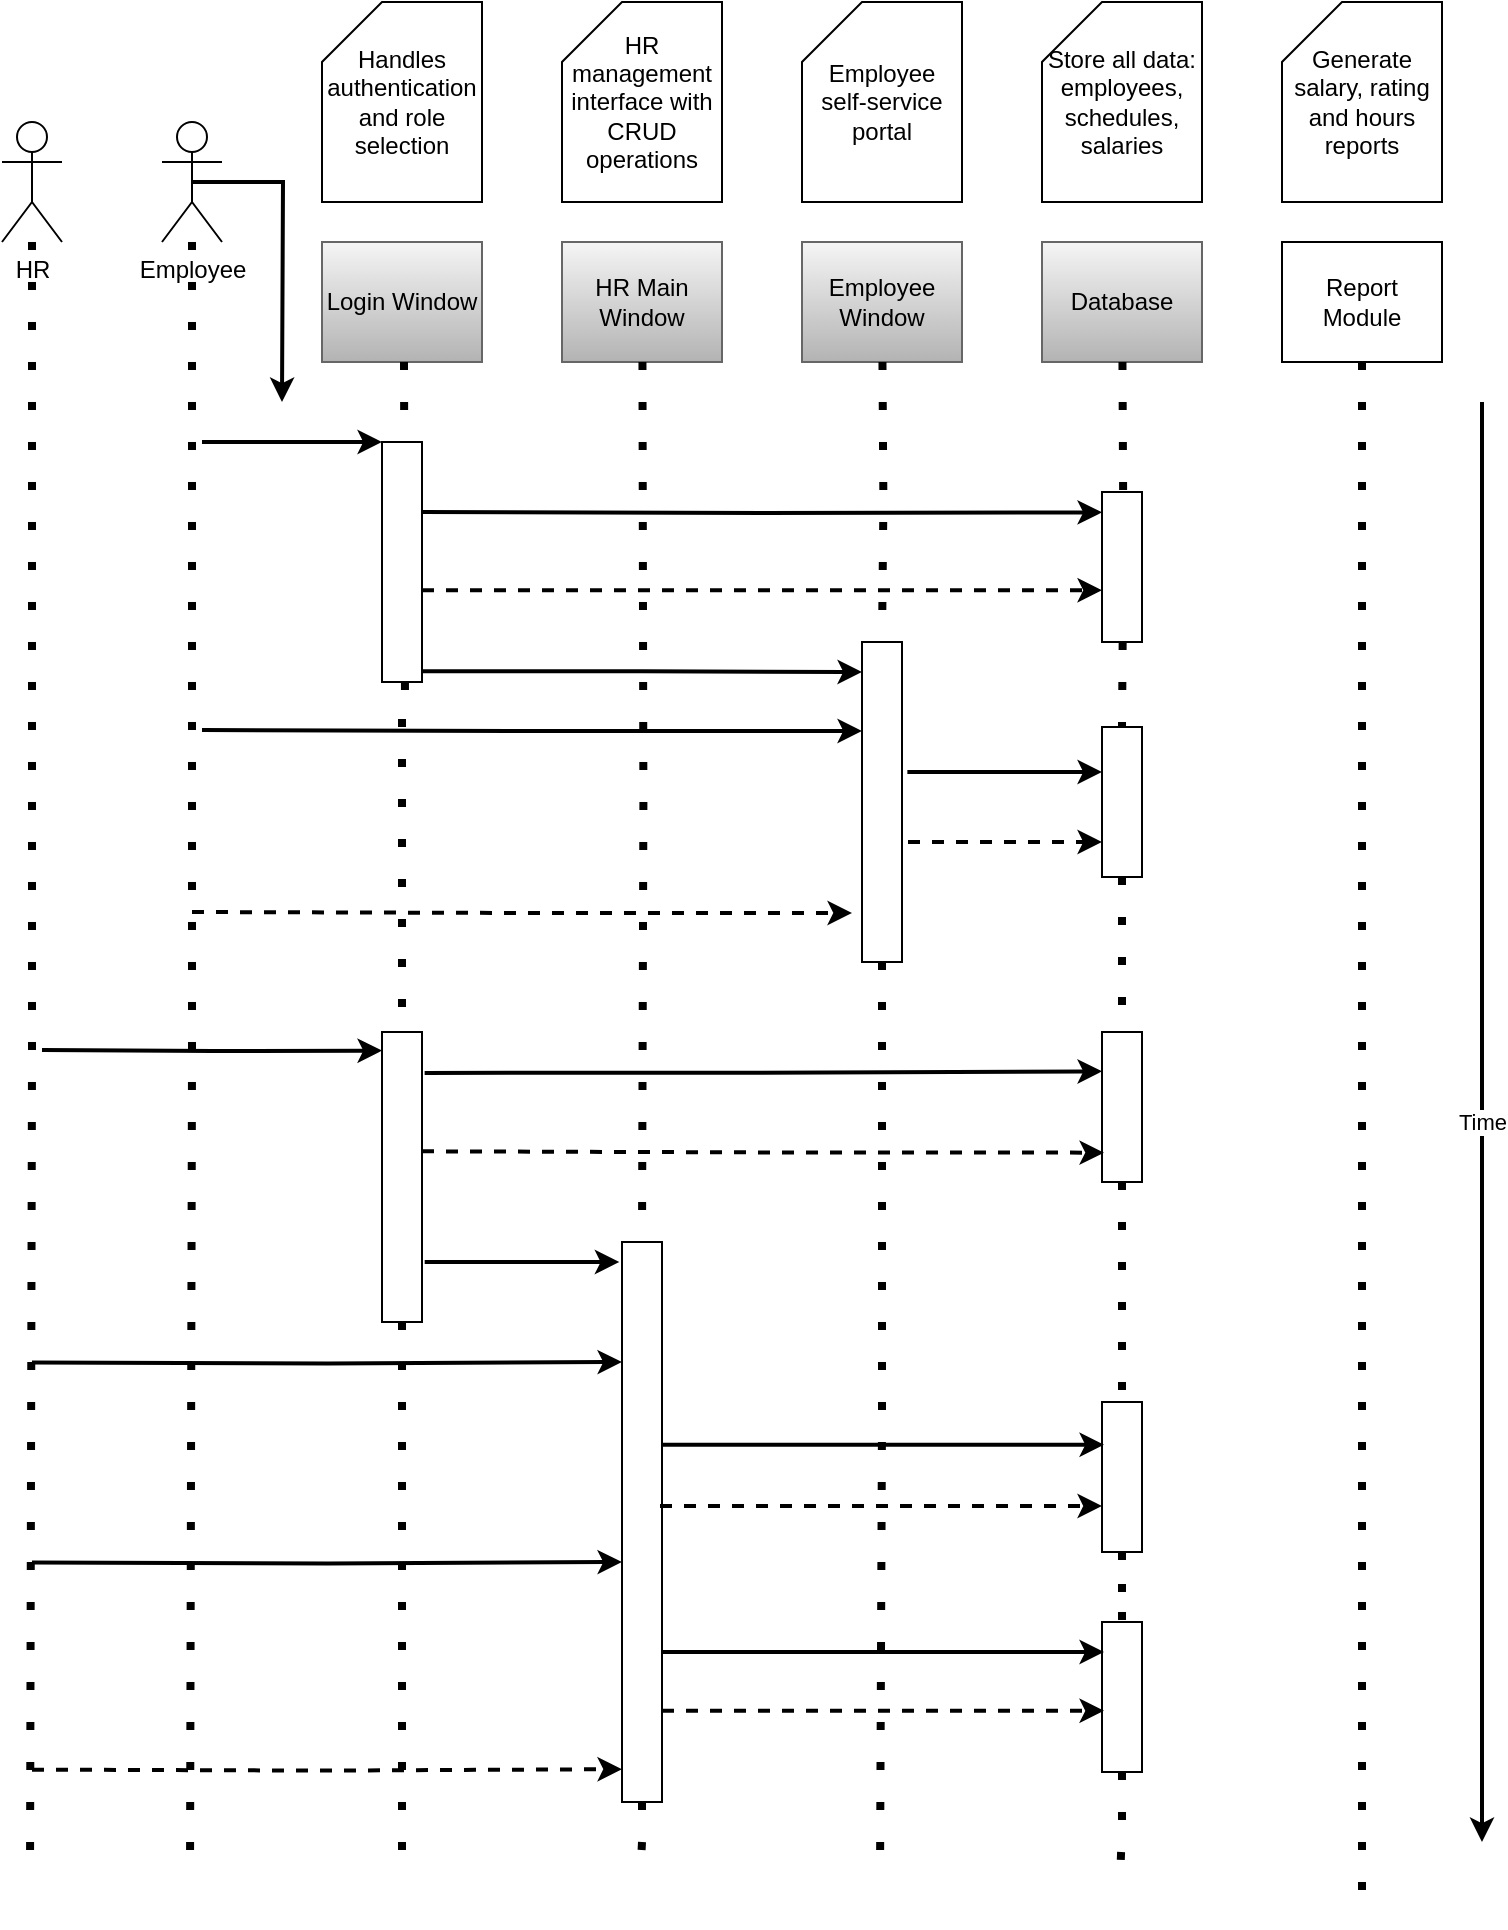
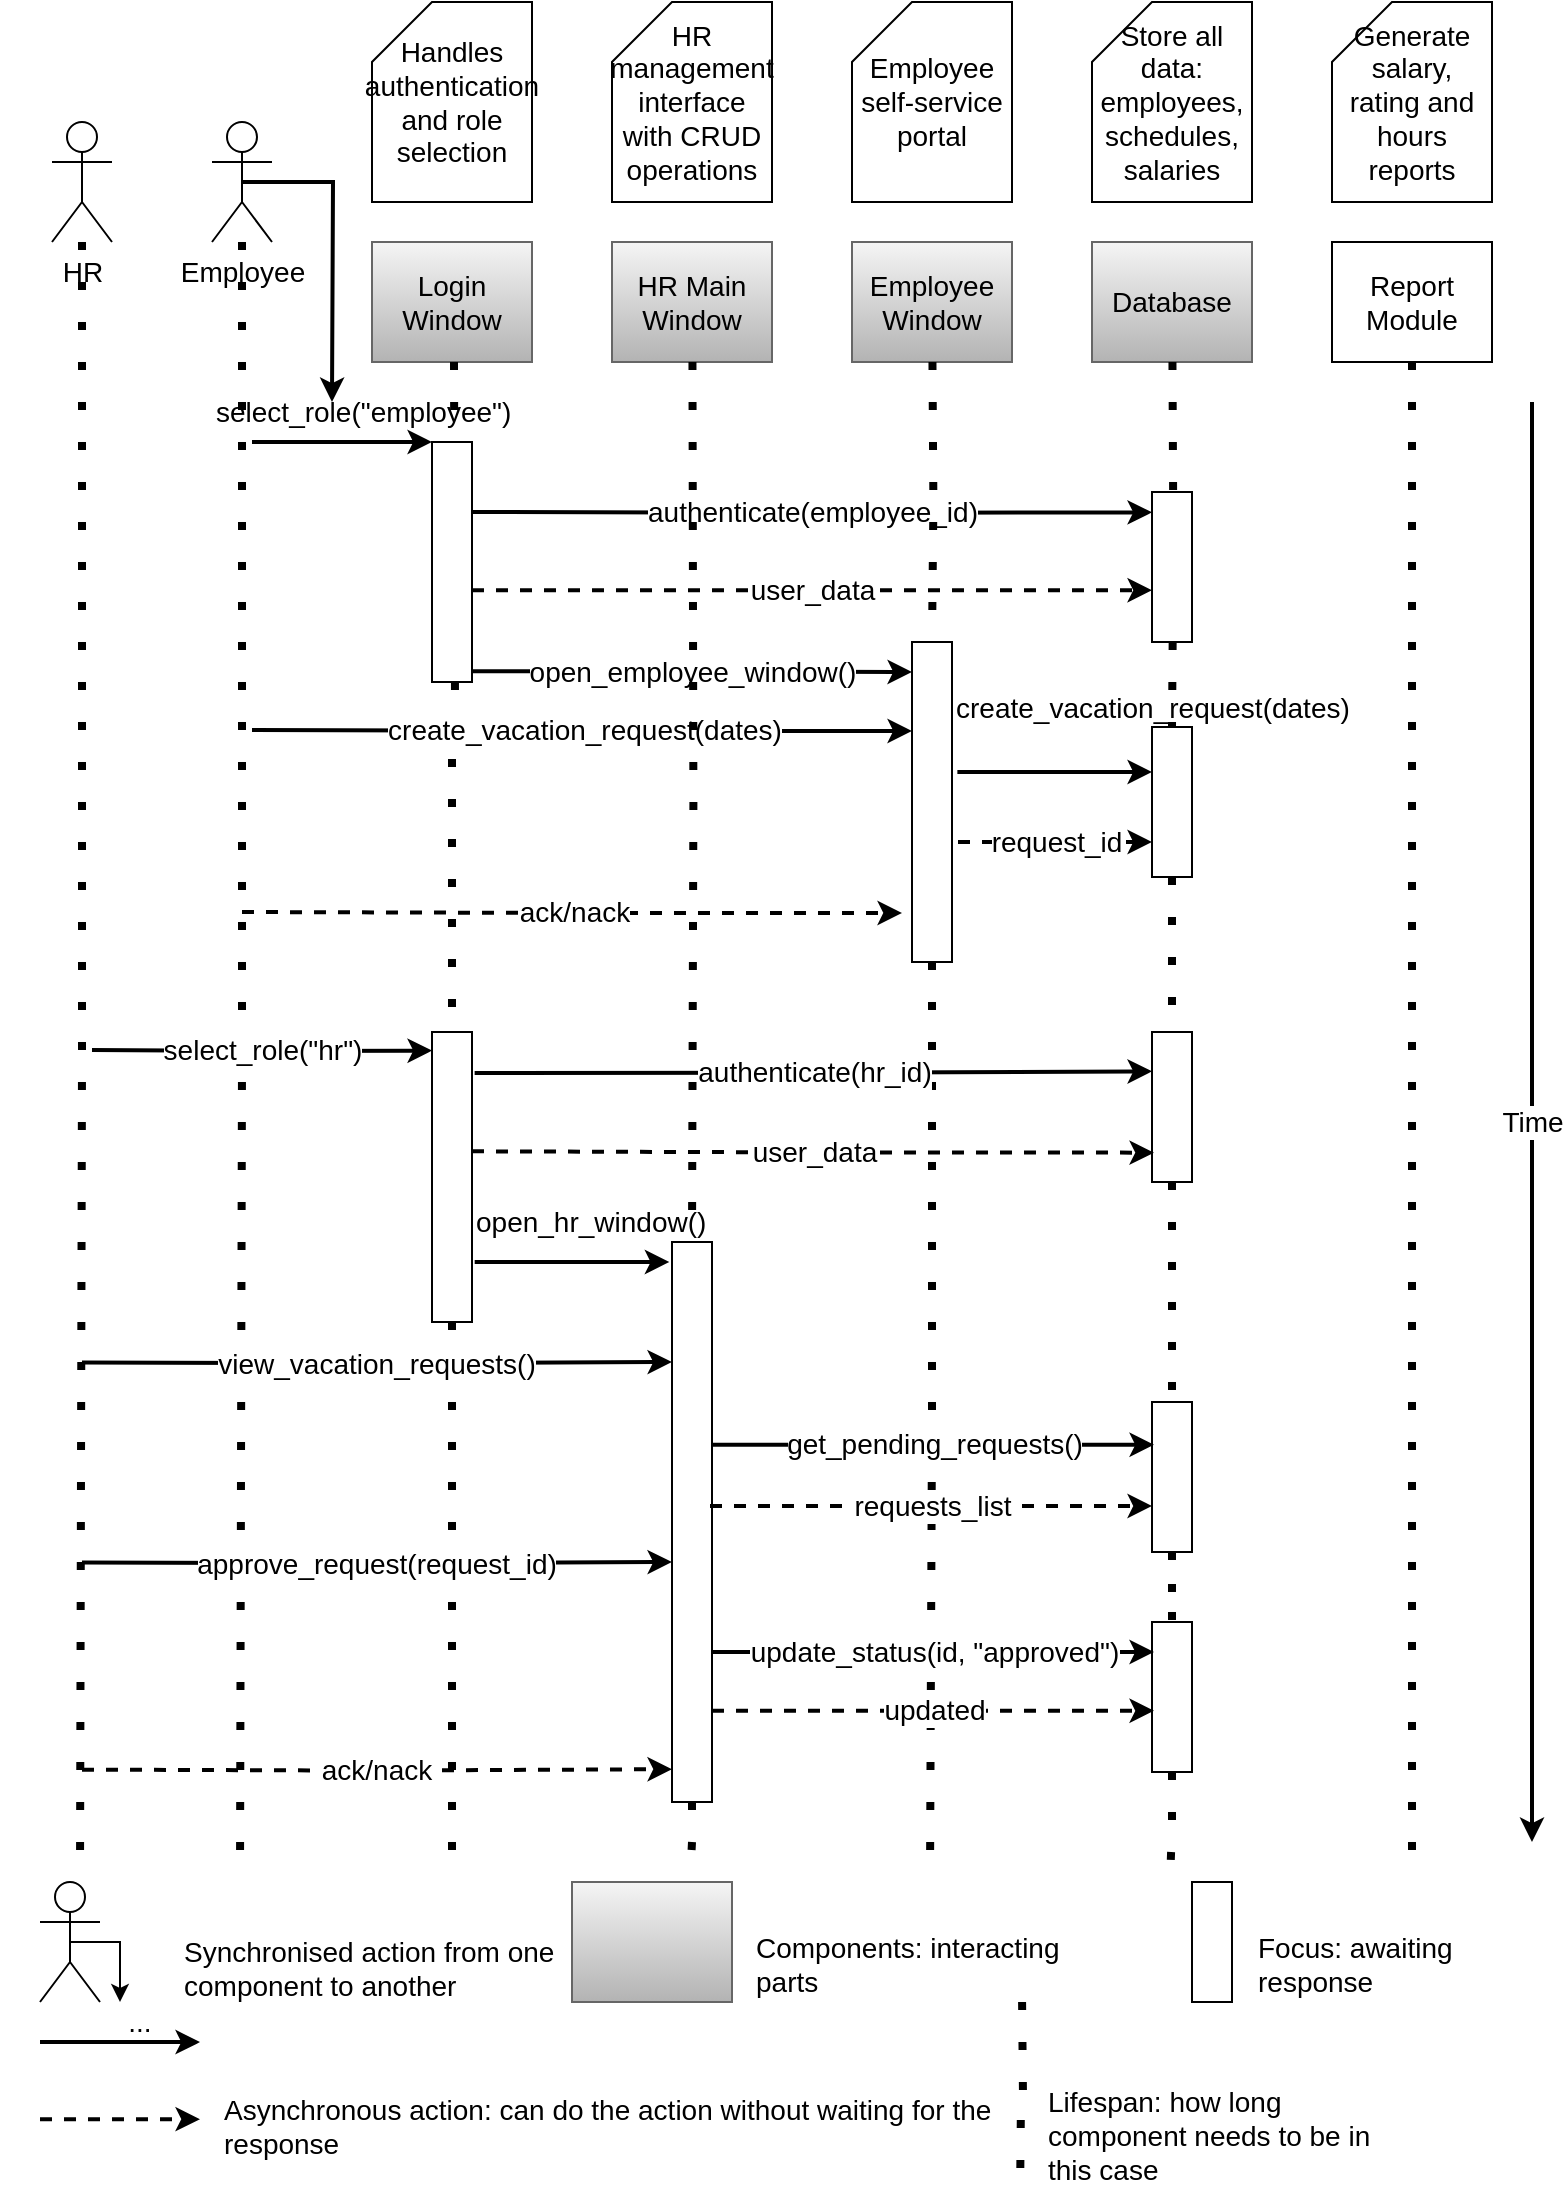
<mxfile host="app.diagrams.net" agent="Mozilla/5.0 (X11; Ubuntu; Linux x86_64; rv:143.0) Gecko/20100101 Firefox/143.0">
  <diagram name="Page-1" id="aPnAwdpYKxbTfOFsVBDw">
-     <mxGraphModel dx="380" dy="1131" grid="1" gridSize="20" guides="1" tooltips="1" connect="1" arrows="1" fold="1" page="1" pageScale="1" pageWidth="827" pageHeight="1169" math="0" shadow="0">
+     <mxGraphModel dx="719" dy="1320" grid="1" gridSize="20" guides="1" tooltips="1" connect="1" arrows="1" fold="1" page="1" pageScale="1" pageWidth="827" pageHeight="1169" math="0" shadow="0">
      <root>
        <mxCell id="0" />
        <mxCell id="1" parent="0" />
-         <mxCell id="3oRKwW1WlrFcJqZN7Woh-2" parent="1" style="shape=umlActor;verticalLabelPosition=bottom;verticalAlign=top;html=1;outlineConnect=0;" value="HR" vertex="1">
+         <mxCell id="3oRKwW1WlrFcJqZN7Woh-2" parent="1" style="shape=umlActor;verticalLabelPosition=bottom;verticalAlign=top;html=1;outlineConnect=0;fontSize=14;" value="HR" vertex="1">
          <mxGeometry height="60" width="30" x="1680" y="100" as="geometry" />
        </mxCell>
-         <mxCell id="3oRKwW1WlrFcJqZN7Woh-50" edge="1" parent="1" source="3oRKwW1WlrFcJqZN7Woh-3" style="edgeStyle=orthogonalEdgeStyle;rounded=0;orthogonalLoop=1;jettySize=auto;html=1;exitX=0.5;exitY=0.5;exitDx=0;exitDy=0;exitPerimeter=0;strokeWidth=2;">
+         <mxCell id="3oRKwW1WlrFcJqZN7Woh-50" edge="1" parent="1" source="3oRKwW1WlrFcJqZN7Woh-3" style="edgeStyle=orthogonalEdgeStyle;rounded=0;orthogonalLoop=1;jettySize=auto;html=1;exitX=0.5;exitY=0.5;exitDx=0;exitDy=0;exitPerimeter=0;strokeWidth=2;fontSize=14;">
          <mxGeometry relative="1" as="geometry">
            <mxPoint x="1820" y="240" as="targetPoint" />
          </mxGeometry>
        </mxCell>
-         <mxCell id="3oRKwW1WlrFcJqZN7Woh-3" parent="1" style="shape=umlActor;verticalLabelPosition=bottom;verticalAlign=top;html=1;outlineConnect=0;" value="Employee" vertex="1">
+         <mxCell id="3oRKwW1WlrFcJqZN7Woh-3" parent="1" style="shape=umlActor;verticalLabelPosition=bottom;verticalAlign=top;html=1;outlineConnect=0;fontSize=14;" value="Employee" vertex="1">
          <mxGeometry height="60" width="30" x="1760" y="100" as="geometry" />
        </mxCell>
-         <mxCell id="3oRKwW1WlrFcJqZN7Woh-4" parent="1" style="shape=card;whiteSpace=wrap;html=1;" value="Handles authentication and role selection" vertex="1">
+         <mxCell id="3oRKwW1WlrFcJqZN7Woh-4" parent="1" style="shape=card;whiteSpace=wrap;html=1;fontSize=14;" value="Handles authentication and role selection" vertex="1">
          <mxGeometry height="100" width="80" x="1840" y="40" as="geometry" />
        </mxCell>
-         <mxCell id="3oRKwW1WlrFcJqZN7Woh-5" parent="1" style="shape=card;whiteSpace=wrap;html=1;" value="HR management interface with CRUD operations" vertex="1">
+         <mxCell id="3oRKwW1WlrFcJqZN7Woh-5" parent="1" style="shape=card;whiteSpace=wrap;html=1;fontSize=14;" value="HR management interface with CRUD operations" vertex="1">
          <mxGeometry height="100" width="80" x="1960" y="40" as="geometry" />
        </mxCell>
-         <mxCell id="3oRKwW1WlrFcJqZN7Woh-6" parent="1" style="shape=card;whiteSpace=wrap;html=1;" value="Employee self-service portal" vertex="1">
+         <mxCell id="3oRKwW1WlrFcJqZN7Woh-6" parent="1" style="shape=card;whiteSpace=wrap;html=1;fontSize=14;" value="Employee self-service portal" vertex="1">
          <mxGeometry height="100" width="80" x="2080" y="40" as="geometry" />
        </mxCell>
-         <mxCell id="3oRKwW1WlrFcJqZN7Woh-7" parent="1" style="shape=card;whiteSpace=wrap;html=1;" value="Store all data: employees, schedules, salaries" vertex="1">
+         <mxCell id="3oRKwW1WlrFcJqZN7Woh-7" parent="1" style="shape=card;whiteSpace=wrap;html=1;fontSize=14;" value="Store all data: employees, schedules, salaries" vertex="1">
          <mxGeometry height="100" width="80" x="2200" y="40" as="geometry" />
        </mxCell>
-         <mxCell id="3oRKwW1WlrFcJqZN7Woh-8" parent="1" style="shape=card;whiteSpace=wrap;html=1;" value="Generate salary, rating and hours reports" vertex="1">
+         <mxCell id="3oRKwW1WlrFcJqZN7Woh-8" parent="1" style="shape=card;whiteSpace=wrap;html=1;fontSize=14;" value="Generate salary, rating and hours reports" vertex="1">
          <mxGeometry height="100" width="80" x="2320" y="40" as="geometry" />
        </mxCell>
-         <mxCell id="3oRKwW1WlrFcJqZN7Woh-11" parent="1" style="rounded=0;whiteSpace=wrap;html=1;fillColor=#f5f5f5;gradientColor=#b3b3b3;strokeColor=#666666;" value="Login Window" vertex="1">
+         <mxCell id="3oRKwW1WlrFcJqZN7Woh-11" parent="1" style="rounded=0;whiteSpace=wrap;html=1;fillColor=#f5f5f5;gradientColor=#b3b3b3;strokeColor=#666666;fontSize=14;" value="Login Window" vertex="1">
          <mxGeometry height="60" width="80" x="1840" y="160" as="geometry" />
        </mxCell>
-         <mxCell id="3oRKwW1WlrFcJqZN7Woh-12" parent="1" style="rounded=0;whiteSpace=wrap;html=1;fillColor=#f5f5f5;gradientColor=#b3b3b3;strokeColor=#666666;" value="HR Main Window" vertex="1">
+         <mxCell id="3oRKwW1WlrFcJqZN7Woh-12" parent="1" style="rounded=0;whiteSpace=wrap;html=1;fillColor=#f5f5f5;gradientColor=#b3b3b3;strokeColor=#666666;fontSize=14;" value="HR Main Window" vertex="1">
          <mxGeometry height="60" width="80" x="1960" y="160" as="geometry" />
        </mxCell>
-         <mxCell id="3oRKwW1WlrFcJqZN7Woh-13" parent="1" style="rounded=0;whiteSpace=wrap;html=1;fillColor=#f5f5f5;gradientColor=#b3b3b3;strokeColor=#666666;" value="Employee Window" vertex="1">
+         <mxCell id="3oRKwW1WlrFcJqZN7Woh-13" parent="1" style="rounded=0;whiteSpace=wrap;html=1;fillColor=#f5f5f5;gradientColor=#b3b3b3;strokeColor=#666666;fontSize=14;" value="Employee Window" vertex="1">
          <mxGeometry height="60" width="80" x="2080" y="160" as="geometry" />
        </mxCell>
-         <mxCell id="3oRKwW1WlrFcJqZN7Woh-14" parent="1" style="rounded=0;whiteSpace=wrap;html=1;fillColor=#f5f5f5;gradientColor=#b3b3b3;strokeColor=#666666;" value="Database" vertex="1">
+         <mxCell id="3oRKwW1WlrFcJqZN7Woh-14" parent="1" style="rounded=0;whiteSpace=wrap;html=1;fillColor=#f5f5f5;gradientColor=#b3b3b3;strokeColor=#666666;fontSize=14;" value="Database" vertex="1">
          <mxGeometry height="60" width="80" x="2200" y="160" as="geometry" />
        </mxCell>
-         <mxCell id="3oRKwW1WlrFcJqZN7Woh-16" edge="1" parent="1" style="edgeStyle=orthogonalEdgeStyle;rounded=0;orthogonalLoop=1;jettySize=auto;html=1;strokeWidth=2;" value="Time">
+         <mxCell id="3oRKwW1WlrFcJqZN7Woh-16" edge="1" parent="1" style="edgeStyle=orthogonalEdgeStyle;rounded=0;orthogonalLoop=1;jettySize=auto;html=1;strokeWidth=2;fontSize=14;" value="Time">
          <mxGeometry relative="1" as="geometry">
            <mxPoint x="2420" y="240" as="sourcePoint" />
            <mxPoint x="2420" y="960" as="targetPoint" />
          </mxGeometry>
        </mxCell>
-         <mxCell id="3oRKwW1WlrFcJqZN7Woh-17" edge="1" parent="1" source="3oRKwW1WlrFcJqZN7Woh-15" style="edgeStyle=orthogonalEdgeStyle;rounded=0;orthogonalLoop=1;jettySize=auto;html=1;exitX=0.5;exitY=1;exitDx=0;exitDy=0;endArrow=none;endFill=0;dashed=1;dashPattern=1 4;strokeWidth=4;">
-           <mxGeometry relative="1" as="geometry">
-             <mxPoint x="2360" y="1000" as="targetPoint" />
-           </mxGeometry>
-         </mxCell>
-         <mxCell id="3oRKwW1WlrFcJqZN7Woh-15" parent="1" style="rounded=0;whiteSpace=wrap;html=1;" value="Report Module" vertex="1">
+         <mxCell id="3oRKwW1WlrFcJqZN7Woh-17" edge="1" parent="1" source="3oRKwW1WlrFcJqZN7Woh-15" style="edgeStyle=orthogonalEdgeStyle;rounded=0;orthogonalLoop=1;jettySize=auto;html=1;exitX=0.5;exitY=1;exitDx=0;exitDy=0;endArrow=none;endFill=0;dashed=1;dashPattern=1 4;strokeWidth=4;fontSize=14;">
+           <mxGeometry relative="1" as="geometry">
+             <mxPoint x="2360" y="980" as="targetPoint" />
+           </mxGeometry>
+         </mxCell>
+         <mxCell id="3oRKwW1WlrFcJqZN7Woh-15" parent="1" style="rounded=0;whiteSpace=wrap;html=1;fontSize=14;" value="Report Module" vertex="1">
          <mxGeometry height="60" width="80" x="2320" y="160" as="geometry" />
        </mxCell>
-         <mxCell id="3oRKwW1WlrFcJqZN7Woh-24" edge="1" parent="1" source="3oRKwW1WlrFcJqZN7Woh-83" style="edgeStyle=orthogonalEdgeStyle;rounded=0;orthogonalLoop=1;jettySize=auto;html=1;exitX=0.5;exitY=1;exitDx=0;exitDy=0;endArrow=none;endFill=0;dashed=1;dashPattern=1 4;strokeWidth=4;">
+         <mxCell id="3oRKwW1WlrFcJqZN7Woh-24" edge="1" parent="1" source="3oRKwW1WlrFcJqZN7Woh-83" style="edgeStyle=orthogonalEdgeStyle;rounded=0;orthogonalLoop=1;jettySize=auto;html=1;exitX=0.5;exitY=1;exitDx=0;exitDy=0;endArrow=none;endFill=0;dashed=1;dashPattern=1 4;strokeWidth=4;fontSize=14;">
          <mxGeometry relative="1" as="geometry">
            <mxPoint x="2240.23" y="220" as="sourcePoint" />
            <mxPoint x="2239" y="980" as="targetPoint" />
          </mxGeometry>
        </mxCell>
-         <mxCell id="3oRKwW1WlrFcJqZN7Woh-25" edge="1" parent="1" source="3oRKwW1WlrFcJqZN7Woh-72" style="edgeStyle=orthogonalEdgeStyle;rounded=0;orthogonalLoop=1;jettySize=auto;html=1;exitX=0.5;exitY=1;exitDx=0;exitDy=0;endArrow=none;endFill=0;dashed=1;dashPattern=1 4;strokeWidth=4;">
+         <mxCell id="3oRKwW1WlrFcJqZN7Woh-25" edge="1" parent="1" source="3oRKwW1WlrFcJqZN7Woh-72" style="edgeStyle=orthogonalEdgeStyle;rounded=0;orthogonalLoop=1;jettySize=auto;html=1;exitX=0.5;exitY=1;exitDx=0;exitDy=0;endArrow=none;endFill=0;dashed=1;dashPattern=1 4;strokeWidth=4;fontSize=14;">
          <mxGeometry relative="1" as="geometry">
            <mxPoint x="2120.23" y="220" as="sourcePoint" />
            <mxPoint x="2119" y="980" as="targetPoint" />
          </mxGeometry>
        </mxCell>
-         <mxCell id="3oRKwW1WlrFcJqZN7Woh-26" edge="1" parent="1" source="3oRKwW1WlrFcJqZN7Woh-79" style="edgeStyle=orthogonalEdgeStyle;rounded=0;orthogonalLoop=1;jettySize=auto;html=1;exitX=0.5;exitY=1;exitDx=0;exitDy=0;endArrow=none;endFill=0;dashed=1;dashPattern=1 4;strokeWidth=4;">
+         <mxCell id="3oRKwW1WlrFcJqZN7Woh-26" edge="1" parent="1" source="3oRKwW1WlrFcJqZN7Woh-79" style="edgeStyle=orthogonalEdgeStyle;rounded=0;orthogonalLoop=1;jettySize=auto;html=1;exitX=0.5;exitY=1;exitDx=0;exitDy=0;endArrow=none;endFill=0;dashed=1;dashPattern=1 4;strokeWidth=4;fontSize=14;">
          <mxGeometry relative="1" as="geometry">
            <mxPoint x="2000.23" y="220" as="sourcePoint" />
            <mxPoint x="1999" y="980" as="targetPoint" />
          </mxGeometry>
        </mxCell>
-         <mxCell id="3oRKwW1WlrFcJqZN7Woh-27" edge="1" parent="1" source="3oRKwW1WlrFcJqZN7Woh-66" style="edgeStyle=orthogonalEdgeStyle;rounded=0;orthogonalLoop=1;jettySize=auto;html=1;exitX=0.5;exitY=1;exitDx=0;exitDy=0;endArrow=none;endFill=0;dashed=1;dashPattern=1 4;strokeWidth=4;">
+         <mxCell id="3oRKwW1WlrFcJqZN7Woh-27" edge="1" parent="1" source="3oRKwW1WlrFcJqZN7Woh-66" style="edgeStyle=orthogonalEdgeStyle;rounded=0;orthogonalLoop=1;jettySize=auto;html=1;exitX=0.5;exitY=1;exitDx=0;exitDy=0;endArrow=none;endFill=0;dashed=1;dashPattern=1 4;strokeWidth=4;fontSize=14;">
          <mxGeometry relative="1" as="geometry">
            <mxPoint x="1881" y="220" as="sourcePoint" />
            <mxPoint x="1880" y="980" as="targetPoint" />
          </mxGeometry>
        </mxCell>
-         <mxCell id="3oRKwW1WlrFcJqZN7Woh-28" edge="1" parent="1" source="3oRKwW1WlrFcJqZN7Woh-3" style="edgeStyle=orthogonalEdgeStyle;rounded=0;orthogonalLoop=1;jettySize=auto;html=1;endArrow=none;endFill=0;dashed=1;dashPattern=1 4;strokeWidth=4;">
+         <mxCell id="3oRKwW1WlrFcJqZN7Woh-28" edge="1" parent="1" source="3oRKwW1WlrFcJqZN7Woh-3" style="edgeStyle=orthogonalEdgeStyle;rounded=0;orthogonalLoop=1;jettySize=auto;html=1;endArrow=none;endFill=0;dashed=1;dashPattern=1 4;strokeWidth=4;fontSize=14;">
          <mxGeometry relative="1" as="geometry">
            <mxPoint x="1775.3799999999999" y="220" as="sourcePoint" />
            <mxPoint x="1774" y="980" as="targetPoint" />
          </mxGeometry>
        </mxCell>
-         <mxCell id="3oRKwW1WlrFcJqZN7Woh-29" edge="1" parent="1" source="3oRKwW1WlrFcJqZN7Woh-2" style="edgeStyle=orthogonalEdgeStyle;rounded=0;orthogonalLoop=1;jettySize=auto;html=1;endArrow=none;endFill=0;dashed=1;dashPattern=1 4;strokeWidth=4;">
+         <mxCell id="3oRKwW1WlrFcJqZN7Woh-29" edge="1" parent="1" source="3oRKwW1WlrFcJqZN7Woh-2" style="edgeStyle=orthogonalEdgeStyle;rounded=0;orthogonalLoop=1;jettySize=auto;html=1;endArrow=none;endFill=0;dashed=1;dashPattern=1 4;strokeWidth=4;fontSize=14;">
          <mxGeometry relative="1" as="geometry">
            <mxPoint x="1695.3799999999999" y="220" as="sourcePoint" />
            <mxPoint x="1694" y="980" as="targetPoint" />
          </mxGeometry>
        </mxCell>
-         <mxCell id="3oRKwW1WlrFcJqZN7Woh-40" edge="1" parent="1" style="edgeStyle=orthogonalEdgeStyle;rounded=0;orthogonalLoop=1;jettySize=auto;html=1;exitX=1;exitY=0.5;exitDx=0;exitDy=0;entryX=0;entryY=0.5;entryDx=0;entryDy=0;dashed=1;strokeWidth=2;">
+         <mxCell id="3oRKwW1WlrFcJqZN7Woh-40" edge="1" parent="1" style="edgeStyle=orthogonalEdgeStyle;rounded=0;orthogonalLoop=1;jettySize=auto;html=1;exitX=1;exitY=0.5;exitDx=0;exitDy=0;entryX=0;entryY=0.5;entryDx=0;entryDy=0;dashed=1;strokeWidth=2;fontSize=14;" value="user_data">
          <mxGeometry relative="1" as="geometry">
            <mxPoint x="1890" y="334.13" as="sourcePoint" />
            <mxPoint x="2230" y="334.13" as="targetPoint" />
          </mxGeometry>
        </mxCell>
-         <mxCell id="3oRKwW1WlrFcJqZN7Woh-38" edge="1" parent="1" style="endArrow=classic;html=1;rounded=0;entryX=0;entryY=0;entryDx=0;entryDy=0;strokeWidth=2;" target="3oRKwW1WlrFcJqZN7Woh-36" value="">
+         <mxCell id="3oRKwW1WlrFcJqZN7Woh-38" edge="1" parent="1" style="endArrow=classic;html=1;rounded=0;entryX=0;entryY=0;entryDx=0;entryDy=0;strokeWidth=2;fontSize=14;" target="3oRKwW1WlrFcJqZN7Woh-36" value="">
          <mxGeometry height="50" relative="1" width="50" as="geometry">
            <mxPoint x="1780" y="260" as="sourcePoint" />
            <mxPoint x="2090" y="480" as="targetPoint" />
          </mxGeometry>
        </mxCell>
-         <mxCell id="3oRKwW1WlrFcJqZN7Woh-39" edge="1" parent="1" style="edgeStyle=orthogonalEdgeStyle;rounded=0;orthogonalLoop=1;jettySize=auto;html=1;exitX=1;exitY=0.25;exitDx=0;exitDy=0;entryX=0;entryY=0.355;entryDx=0;entryDy=0;entryPerimeter=0;strokeWidth=2;">
+         <mxCell id="3oRKwW1WlrFcJqZN7Woh-39" edge="1" parent="1" style="edgeStyle=orthogonalEdgeStyle;rounded=0;orthogonalLoop=1;jettySize=auto;html=1;exitX=1;exitY=0.25;exitDx=0;exitDy=0;entryX=0;entryY=0.355;entryDx=0;entryDy=0;entryPerimeter=0;strokeWidth=2;fontSize=14;" value="authenticate(employee_id)">
          <mxGeometry relative="1" as="geometry">
            <mxPoint x="1890" y="295" as="sourcePoint" />
            <mxPoint x="2230" y="295.17500000000007" as="targetPoint" />
          </mxGeometry>
        </mxCell>
-         <mxCell id="3oRKwW1WlrFcJqZN7Woh-61" edge="1" parent="1" source="3oRKwW1WlrFcJqZN7Woh-36" style="edgeStyle=orthogonalEdgeStyle;rounded=0;orthogonalLoop=1;jettySize=auto;html=1;strokeWidth=2;exitX=0.946;exitY=0.955;exitDx=0;exitDy=0;exitPerimeter=0;">
+         <mxCell id="3oRKwW1WlrFcJqZN7Woh-61" edge="1" parent="1" source="3oRKwW1WlrFcJqZN7Woh-36" style="edgeStyle=orthogonalEdgeStyle;rounded=0;orthogonalLoop=1;jettySize=auto;html=1;strokeWidth=2;exitX=0.946;exitY=0.955;exitDx=0;exitDy=0;exitPerimeter=0;fontSize=14;" value="open_employee_window()">
          <mxGeometry relative="1" as="geometry">
            <mxPoint x="1900" y="375" as="sourcePoint" />
            <mxPoint x="2110" y="375" as="targetPoint" />
          </mxGeometry>
        </mxCell>
-         <mxCell id="3oRKwW1WlrFcJqZN7Woh-63" edge="1" parent="1" style="edgeStyle=orthogonalEdgeStyle;rounded=0;orthogonalLoop=1;jettySize=auto;html=1;exitX=0.5;exitY=1;exitDx=0;exitDy=0;endArrow=none;endFill=0;dashed=1;dashPattern=1 4;strokeWidth=4;" target="3oRKwW1WlrFcJqZN7Woh-62" value="">
+         <mxCell id="3oRKwW1WlrFcJqZN7Woh-63" edge="1" parent="1" style="edgeStyle=orthogonalEdgeStyle;rounded=0;orthogonalLoop=1;jettySize=auto;html=1;exitX=0.5;exitY=1;exitDx=0;exitDy=0;endArrow=none;endFill=0;dashed=1;dashPattern=1 4;strokeWidth=4;fontSize=14;" target="3oRKwW1WlrFcJqZN7Woh-62" value="">
          <mxGeometry relative="1" as="geometry">
            <mxPoint x="2240.23" y="220" as="sourcePoint" />
            <mxPoint x="2239.23" y="1120" as="targetPoint" />
          </mxGeometry>
        </mxCell>
-         <mxCell id="3oRKwW1WlrFcJqZN7Woh-62" parent="1" style="rounded=0;whiteSpace=wrap;html=1;" value="" vertex="1">
+         <mxCell id="3oRKwW1WlrFcJqZN7Woh-62" parent="1" style="rounded=0;whiteSpace=wrap;html=1;fontSize=14;" value="" vertex="1">
          <mxGeometry height="75" width="20" x="2230" y="402.5" as="geometry" />
        </mxCell>
-         <mxCell id="3oRKwW1WlrFcJqZN7Woh-64" edge="1" parent="1" style="endArrow=classic;html=1;rounded=0;entryX=0;entryY=0;entryDx=0;entryDy=0;strokeWidth=2;exitX=1.134;exitY=0.406;exitDx=0;exitDy=0;exitPerimeter=0;" value="">
+         <mxCell id="3oRKwW1WlrFcJqZN7Woh-64" edge="1" parent="1" style="endArrow=classic;html=1;rounded=0;entryX=0;entryY=0;entryDx=0;entryDy=0;strokeWidth=2;exitX=1.134;exitY=0.406;exitDx=0;exitDy=0;exitPerimeter=0;fontSize=14;" value="">
          <mxGeometry height="50" relative="1" width="50" as="geometry">
            <mxPoint x="2132.6800000000003" y="424.96000000000004" as="sourcePoint" />
            <mxPoint x="2230" y="425" as="targetPoint" />
          </mxGeometry>
        </mxCell>
-         <mxCell id="3oRKwW1WlrFcJqZN7Woh-42" parent="1" style="rounded=0;whiteSpace=wrap;html=1;" value="" vertex="1">
+         <mxCell id="3oRKwW1WlrFcJqZN7Woh-42" parent="1" style="rounded=0;whiteSpace=wrap;html=1;fontSize=14;" value="" vertex="1">
          <mxGeometry height="75" width="20" x="2230" y="285" as="geometry" />
        </mxCell>
-         <mxCell id="3oRKwW1WlrFcJqZN7Woh-65" edge="1" parent="1" style="endArrow=classic;html=1;rounded=0;entryX=0;entryY=0;entryDx=0;entryDy=0;strokeWidth=2;exitX=1.134;exitY=0.406;exitDx=0;exitDy=0;exitPerimeter=0;dashed=1;" value="">
+         <mxCell id="3oRKwW1WlrFcJqZN7Woh-65" edge="1" parent="1" style="endArrow=classic;html=1;rounded=0;entryX=0;entryY=0;entryDx=0;entryDy=0;strokeWidth=2;exitX=1.134;exitY=0.406;exitDx=0;exitDy=0;exitPerimeter=0;dashed=1;fontSize=14;" value="request_id">
          <mxGeometry height="50" relative="1" width="50" as="geometry">
            <mxPoint x="2133" y="460" as="sourcePoint" />
            <mxPoint x="2230" y="460" as="targetPoint" />
          </mxGeometry>
        </mxCell>
-         <mxCell id="3oRKwW1WlrFcJqZN7Woh-67" edge="1" parent="1" style="edgeStyle=orthogonalEdgeStyle;rounded=0;orthogonalLoop=1;jettySize=auto;html=1;exitX=0.5;exitY=1;exitDx=0;exitDy=0;endArrow=none;endFill=0;dashed=1;dashPattern=1 4;strokeWidth=4;" target="3oRKwW1WlrFcJqZN7Woh-66" value="">
+         <mxCell id="3oRKwW1WlrFcJqZN7Woh-67" edge="1" parent="1" style="edgeStyle=orthogonalEdgeStyle;rounded=0;orthogonalLoop=1;jettySize=auto;html=1;exitX=0.5;exitY=1;exitDx=0;exitDy=0;endArrow=none;endFill=0;dashed=1;dashPattern=1 4;strokeWidth=4;fontSize=14;" target="3oRKwW1WlrFcJqZN7Woh-66" value="">
          <mxGeometry relative="1" as="geometry">
            <mxPoint x="1881" y="220" as="sourcePoint" />
            <mxPoint x="1880" y="1120" as="targetPoint" />
          </mxGeometry>
        </mxCell>
-         <mxCell id="3oRKwW1WlrFcJqZN7Woh-66" parent="1" style="rounded=0;whiteSpace=wrap;html=1;" value="" vertex="1">
+         <mxCell id="3oRKwW1WlrFcJqZN7Woh-66" parent="1" style="rounded=0;whiteSpace=wrap;html=1;fontSize=14;" value="" vertex="1">
          <mxGeometry height="145" width="20" x="1870" y="555" as="geometry" />
        </mxCell>
-         <mxCell id="3oRKwW1WlrFcJqZN7Woh-69" edge="1" parent="1" source="3oRKwW1WlrFcJqZN7Woh-62" style="edgeStyle=orthogonalEdgeStyle;rounded=0;orthogonalLoop=1;jettySize=auto;html=1;exitX=0.5;exitY=1;exitDx=0;exitDy=0;endArrow=none;endFill=0;dashed=1;dashPattern=1 4;strokeWidth=4;" target="3oRKwW1WlrFcJqZN7Woh-68" value="">
+         <mxCell id="3oRKwW1WlrFcJqZN7Woh-69" edge="1" parent="1" source="3oRKwW1WlrFcJqZN7Woh-62" style="edgeStyle=orthogonalEdgeStyle;rounded=0;orthogonalLoop=1;jettySize=auto;html=1;exitX=0.5;exitY=1;exitDx=0;exitDy=0;endArrow=none;endFill=0;dashed=1;dashPattern=1 4;strokeWidth=4;fontSize=14;" target="3oRKwW1WlrFcJqZN7Woh-68" value="">
          <mxGeometry relative="1" as="geometry">
            <mxPoint x="2240" y="478" as="sourcePoint" />
            <mxPoint x="2239.23" y="1120" as="targetPoint" />
          </mxGeometry>
        </mxCell>
-         <mxCell id="3oRKwW1WlrFcJqZN7Woh-68" parent="1" style="rounded=0;whiteSpace=wrap;html=1;" value="" vertex="1">
+         <mxCell id="3oRKwW1WlrFcJqZN7Woh-68" parent="1" style="rounded=0;whiteSpace=wrap;html=1;fontSize=14;" value="" vertex="1">
          <mxGeometry height="75" width="20" x="2230" y="555" as="geometry" />
        </mxCell>
-         <mxCell id="3oRKwW1WlrFcJqZN7Woh-73" edge="1" parent="1" style="edgeStyle=orthogonalEdgeStyle;rounded=0;orthogonalLoop=1;jettySize=auto;html=1;exitX=0.5;exitY=1;exitDx=0;exitDy=0;endArrow=none;endFill=0;dashed=1;dashPattern=1 4;strokeWidth=4;" target="3oRKwW1WlrFcJqZN7Woh-72" value="">
+         <mxCell id="3oRKwW1WlrFcJqZN7Woh-73" edge="1" parent="1" style="edgeStyle=orthogonalEdgeStyle;rounded=0;orthogonalLoop=1;jettySize=auto;html=1;exitX=0.5;exitY=1;exitDx=0;exitDy=0;endArrow=none;endFill=0;dashed=1;dashPattern=1 4;strokeWidth=4;fontSize=14;" target="3oRKwW1WlrFcJqZN7Woh-72" value="">
          <mxGeometry relative="1" as="geometry">
            <mxPoint x="2120.23" y="220" as="sourcePoint" />
            <mxPoint x="2119.23" y="1120" as="targetPoint" />
          </mxGeometry>
        </mxCell>
-         <mxCell id="3oRKwW1WlrFcJqZN7Woh-72" parent="1" style="rounded=0;whiteSpace=wrap;html=1;" value="" vertex="1">
+         <mxCell id="3oRKwW1WlrFcJqZN7Woh-72" parent="1" style="rounded=0;whiteSpace=wrap;html=1;fontSize=14;" value="" vertex="1">
          <mxGeometry height="160" width="20" x="2110" y="360" as="geometry" />
        </mxCell>
-         <mxCell id="3oRKwW1WlrFcJqZN7Woh-74" edge="1" parent="1" style="edgeStyle=orthogonalEdgeStyle;rounded=0;orthogonalLoop=1;jettySize=auto;html=1;entryX=0;entryY=0.355;entryDx=0;entryDy=0;entryPerimeter=0;strokeWidth=2;">
+         <mxCell id="3oRKwW1WlrFcJqZN7Woh-74" edge="1" parent="1" style="edgeStyle=orthogonalEdgeStyle;rounded=0;orthogonalLoop=1;jettySize=auto;html=1;entryX=0;entryY=0.355;entryDx=0;entryDy=0;entryPerimeter=0;strokeWidth=2;fontSize=14;" value="create_vacation_request(dates)">
          <mxGeometry relative="1" as="geometry">
            <mxPoint x="1780" y="404" as="sourcePoint" />
            <mxPoint x="2110" y="404.4650000000001" as="targetPoint" />
          </mxGeometry>
        </mxCell>
-         <mxCell id="3oRKwW1WlrFcJqZN7Woh-75" edge="1" parent="1" style="edgeStyle=orthogonalEdgeStyle;rounded=0;orthogonalLoop=1;jettySize=auto;html=1;entryX=0;entryY=0.355;entryDx=0;entryDy=0;entryPerimeter=0;strokeWidth=2;dashed=1;">
+         <mxCell id="3oRKwW1WlrFcJqZN7Woh-75" edge="1" parent="1" style="edgeStyle=orthogonalEdgeStyle;rounded=0;orthogonalLoop=1;jettySize=auto;html=1;entryX=0;entryY=0.355;entryDx=0;entryDy=0;entryPerimeter=0;strokeWidth=2;dashed=1;fontSize=14;" value="ack/nack">
          <mxGeometry relative="1" as="geometry">
            <mxPoint x="1775" y="495" as="sourcePoint" />
            <mxPoint x="2105" y="495.46500000000015" as="targetPoint" />
          </mxGeometry>
        </mxCell>
-         <mxCell id="3oRKwW1WlrFcJqZN7Woh-76" edge="1" parent="1" source="3oRKwW1WlrFcJqZN7Woh-66" style="edgeStyle=orthogonalEdgeStyle;rounded=0;orthogonalLoop=1;jettySize=auto;html=1;strokeWidth=2;exitX=1.066;exitY=0.141;exitDx=0;exitDy=0;exitPerimeter=0;">
+         <mxCell id="3oRKwW1WlrFcJqZN7Woh-76" edge="1" parent="1" source="3oRKwW1WlrFcJqZN7Woh-66" style="edgeStyle=orthogonalEdgeStyle;rounded=0;orthogonalLoop=1;jettySize=auto;html=1;strokeWidth=2;exitX=1.066;exitY=0.141;exitDx=0;exitDy=0;exitPerimeter=0;fontSize=14;" value="authenticate(hr_id)">
          <mxGeometry relative="1" as="geometry">
            <mxPoint x="1885" y="574.66" as="sourcePoint" />
            <mxPoint x="2230" y="574.66" as="targetPoint" />
          </mxGeometry>
        </mxCell>
-         <mxCell id="3oRKwW1WlrFcJqZN7Woh-36" parent="1" style="rounded=0;whiteSpace=wrap;html=1;" value="" vertex="1">
+         <mxCell id="3oRKwW1WlrFcJqZN7Woh-36" parent="1" style="rounded=0;whiteSpace=wrap;html=1;fontSize=14;" value="" vertex="1">
          <mxGeometry height="120" width="20" x="1870" y="260" as="geometry" />
        </mxCell>
-         <mxCell id="3oRKwW1WlrFcJqZN7Woh-77" edge="1" parent="1" style="edgeStyle=orthogonalEdgeStyle;rounded=0;orthogonalLoop=1;jettySize=auto;html=1;strokeWidth=2;exitX=0.928;exitY=0.158;exitDx=0;exitDy=0;exitPerimeter=0;dashed=1;">
+         <mxCell id="3oRKwW1WlrFcJqZN7Woh-77" edge="1" parent="1" style="edgeStyle=orthogonalEdgeStyle;rounded=0;orthogonalLoop=1;jettySize=auto;html=1;strokeWidth=2;exitX=0.928;exitY=0.158;exitDx=0;exitDy=0;exitPerimeter=0;dashed=1;fontSize=14;" value="user_data">
          <mxGeometry relative="1" as="geometry">
            <mxPoint x="1890" y="614.66" as="sourcePoint" />
            <mxPoint x="2231" y="615.3199999999999" as="targetPoint" />
          </mxGeometry>
        </mxCell>
-         <mxCell id="3oRKwW1WlrFcJqZN7Woh-78" edge="1" parent="1" style="edgeStyle=orthogonalEdgeStyle;rounded=0;orthogonalLoop=1;jettySize=auto;html=1;strokeWidth=2;">
+         <mxCell id="3oRKwW1WlrFcJqZN7Woh-78" edge="1" parent="1" style="edgeStyle=orthogonalEdgeStyle;rounded=0;orthogonalLoop=1;jettySize=auto;html=1;strokeWidth=2;fontSize=14;" value="select_role(&quot;hr&quot;)">
          <mxGeometry relative="1" as="geometry">
            <mxPoint x="1700" y="564" as="sourcePoint" />
            <mxPoint x="1870" y="564.31" as="targetPoint" />
          </mxGeometry>
        </mxCell>
-         <mxCell id="3oRKwW1WlrFcJqZN7Woh-80" edge="1" parent="1" style="edgeStyle=orthogonalEdgeStyle;rounded=0;orthogonalLoop=1;jettySize=auto;html=1;exitX=0.5;exitY=1;exitDx=0;exitDy=0;endArrow=none;endFill=0;dashed=1;dashPattern=1 4;strokeWidth=4;" target="3oRKwW1WlrFcJqZN7Woh-79" value="">
+         <mxCell id="3oRKwW1WlrFcJqZN7Woh-80" edge="1" parent="1" style="edgeStyle=orthogonalEdgeStyle;rounded=0;orthogonalLoop=1;jettySize=auto;html=1;exitX=0.5;exitY=1;exitDx=0;exitDy=0;endArrow=none;endFill=0;dashed=1;dashPattern=1 4;strokeWidth=4;fontSize=14;" target="3oRKwW1WlrFcJqZN7Woh-79" value="">
          <mxGeometry relative="1" as="geometry">
            <mxPoint x="2000.23" y="220" as="sourcePoint" />
            <mxPoint x="1999.23" y="1120" as="targetPoint" />
          </mxGeometry>
        </mxCell>
-         <mxCell id="3oRKwW1WlrFcJqZN7Woh-79" parent="1" style="rounded=0;whiteSpace=wrap;html=1;" value="" vertex="1">
+         <mxCell id="3oRKwW1WlrFcJqZN7Woh-79" parent="1" style="rounded=0;whiteSpace=wrap;html=1;fontSize=14;" value="" vertex="1">
          <mxGeometry height="280" width="20" x="1990" y="660" as="geometry" />
        </mxCell>
-         <mxCell id="3oRKwW1WlrFcJqZN7Woh-82" edge="1" parent="1" source="3oRKwW1WlrFcJqZN7Woh-68" style="edgeStyle=orthogonalEdgeStyle;rounded=0;orthogonalLoop=1;jettySize=auto;html=1;exitX=0.5;exitY=1;exitDx=0;exitDy=0;endArrow=none;endFill=0;dashed=1;dashPattern=1 4;strokeWidth=4;" target="3oRKwW1WlrFcJqZN7Woh-81" value="">
+         <mxCell id="3oRKwW1WlrFcJqZN7Woh-82" edge="1" parent="1" source="3oRKwW1WlrFcJqZN7Woh-68" style="edgeStyle=orthogonalEdgeStyle;rounded=0;orthogonalLoop=1;jettySize=auto;html=1;exitX=0.5;exitY=1;exitDx=0;exitDy=0;endArrow=none;endFill=0;dashed=1;dashPattern=1 4;strokeWidth=4;fontSize=14;" target="3oRKwW1WlrFcJqZN7Woh-81" value="">
          <mxGeometry relative="1" as="geometry">
            <mxPoint x="2240" y="630" as="sourcePoint" />
            <mxPoint x="2239.23" y="1120" as="targetPoint" />
          </mxGeometry>
        </mxCell>
-         <mxCell id="3oRKwW1WlrFcJqZN7Woh-81" parent="1" style="rounded=0;whiteSpace=wrap;html=1;" value="" vertex="1">
+         <mxCell id="3oRKwW1WlrFcJqZN7Woh-81" parent="1" style="rounded=0;whiteSpace=wrap;html=1;fontSize=14;" value="" vertex="1">
          <mxGeometry height="75" width="20" x="2230" y="740" as="geometry" />
        </mxCell>
-         <mxCell id="3oRKwW1WlrFcJqZN7Woh-84" edge="1" parent="1" source="3oRKwW1WlrFcJqZN7Woh-81" style="edgeStyle=orthogonalEdgeStyle;rounded=0;orthogonalLoop=1;jettySize=auto;html=1;exitX=0.5;exitY=1;exitDx=0;exitDy=0;endArrow=none;endFill=0;dashed=1;dashPattern=1 4;strokeWidth=4;" target="3oRKwW1WlrFcJqZN7Woh-83" value="">
+         <mxCell id="3oRKwW1WlrFcJqZN7Woh-84" edge="1" parent="1" source="3oRKwW1WlrFcJqZN7Woh-81" style="edgeStyle=orthogonalEdgeStyle;rounded=0;orthogonalLoop=1;jettySize=auto;html=1;exitX=0.5;exitY=1;exitDx=0;exitDy=0;endArrow=none;endFill=0;dashed=1;dashPattern=1 4;strokeWidth=4;fontSize=14;" target="3oRKwW1WlrFcJqZN7Woh-83" value="">
          <mxGeometry relative="1" as="geometry">
            <mxPoint x="2240" y="755" as="sourcePoint" />
            <mxPoint x="2239.23" y="1120" as="targetPoint" />
          </mxGeometry>
        </mxCell>
-         <mxCell id="3oRKwW1WlrFcJqZN7Woh-83" parent="1" style="rounded=0;whiteSpace=wrap;html=1;" value="" vertex="1">
+         <mxCell id="3oRKwW1WlrFcJqZN7Woh-83" parent="1" style="rounded=0;whiteSpace=wrap;html=1;fontSize=14;" value="" vertex="1">
          <mxGeometry height="75" width="20" x="2230" y="850" as="geometry" />
        </mxCell>
-         <mxCell id="3oRKwW1WlrFcJqZN7Woh-85" edge="1" parent="1" style="edgeStyle=orthogonalEdgeStyle;rounded=0;orthogonalLoop=1;jettySize=auto;html=1;strokeWidth=2;exitX=0.946;exitY=0.955;exitDx=0;exitDy=0;exitPerimeter=0;">
+         <mxCell id="3oRKwW1WlrFcJqZN7Woh-85" edge="1" parent="1" style="edgeStyle=orthogonalEdgeStyle;rounded=0;orthogonalLoop=1;jettySize=auto;html=1;strokeWidth=2;exitX=0.946;exitY=0.955;exitDx=0;exitDy=0;exitPerimeter=0;fontSize=14;" value="get_pending_requests()">
          <mxGeometry relative="1" as="geometry">
            <mxPoint x="2010" y="761.41" as="sourcePoint" />
            <mxPoint x="2231" y="761.41" as="targetPoint" />
          </mxGeometry>
        </mxCell>
-         <mxCell id="3oRKwW1WlrFcJqZN7Woh-86" edge="1" parent="1" style="edgeStyle=orthogonalEdgeStyle;rounded=0;orthogonalLoop=1;jettySize=auto;html=1;strokeWidth=2;exitX=0.946;exitY=0.955;exitDx=0;exitDy=0;exitPerimeter=0;dashed=1;">
+         <mxCell id="3oRKwW1WlrFcJqZN7Woh-86" edge="1" parent="1" style="edgeStyle=orthogonalEdgeStyle;rounded=0;orthogonalLoop=1;jettySize=auto;html=1;strokeWidth=2;exitX=0.946;exitY=0.955;exitDx=0;exitDy=0;exitPerimeter=0;dashed=1;fontSize=14;" value="requests_list">
          <mxGeometry relative="1" as="geometry">
            <mxPoint x="2009" y="792" as="sourcePoint" />
            <mxPoint x="2230" y="792" as="targetPoint" />
          </mxGeometry>
        </mxCell>
-         <mxCell id="3oRKwW1WlrFcJqZN7Woh-87" edge="1" parent="1" style="edgeStyle=orthogonalEdgeStyle;rounded=0;orthogonalLoop=1;jettySize=auto;html=1;strokeWidth=2;exitX=0.946;exitY=0.955;exitDx=0;exitDy=0;exitPerimeter=0;">
+         <mxCell id="3oRKwW1WlrFcJqZN7Woh-87" edge="1" parent="1" style="edgeStyle=orthogonalEdgeStyle;rounded=0;orthogonalLoop=1;jettySize=auto;html=1;strokeWidth=2;exitX=0.946;exitY=0.955;exitDx=0;exitDy=0;exitPerimeter=0;fontSize=14;" value="update_status(id, &quot;approved&quot;)">
          <mxGeometry relative="1" as="geometry">
            <mxPoint x="2010" y="865" as="sourcePoint" />
            <mxPoint x="2231" y="865" as="targetPoint" />
          </mxGeometry>
        </mxCell>
-         <mxCell id="3oRKwW1WlrFcJqZN7Woh-88" edge="1" parent="1" style="edgeStyle=orthogonalEdgeStyle;rounded=0;orthogonalLoop=1;jettySize=auto;html=1;strokeWidth=2;exitX=0.946;exitY=0.955;exitDx=0;exitDy=0;exitPerimeter=0;dashed=1;">
+         <mxCell id="3oRKwW1WlrFcJqZN7Woh-88" edge="1" parent="1" style="edgeStyle=orthogonalEdgeStyle;rounded=0;orthogonalLoop=1;jettySize=auto;html=1;strokeWidth=2;exitX=0.946;exitY=0.955;exitDx=0;exitDy=0;exitPerimeter=0;dashed=1;fontSize=14;" value="updated">
          <mxGeometry relative="1" as="geometry">
            <mxPoint x="2010" y="894.41" as="sourcePoint" />
            <mxPoint x="2231" y="894.41" as="targetPoint" />
          </mxGeometry>
        </mxCell>
-         <mxCell id="3oRKwW1WlrFcJqZN7Woh-89" edge="1" parent="1" style="endArrow=classic;html=1;rounded=0;entryX=0;entryY=0;entryDx=0;entryDy=0;strokeWidth=2;exitX=1.134;exitY=0.406;exitDx=0;exitDy=0;exitPerimeter=0;" value="">
+         <mxCell id="3oRKwW1WlrFcJqZN7Woh-89" edge="1" parent="1" style="endArrow=classic;html=1;rounded=0;entryX=0;entryY=0;entryDx=0;entryDy=0;strokeWidth=2;exitX=1.134;exitY=0.406;exitDx=0;exitDy=0;exitPerimeter=0;fontSize=14;" value="">
          <mxGeometry height="50" relative="1" width="50" as="geometry">
            <mxPoint x="1891.34" y="670" as="sourcePoint" />
            <mxPoint x="1988.6599999999996" y="670.04" as="targetPoint" />
          </mxGeometry>
        </mxCell>
-         <mxCell id="3oRKwW1WlrFcJqZN7Woh-90" edge="1" parent="1" style="edgeStyle=orthogonalEdgeStyle;rounded=0;orthogonalLoop=1;jettySize=auto;html=1;entryX=0;entryY=0.355;entryDx=0;entryDy=0;entryPerimeter=0;strokeWidth=2;">
+         <mxCell id="3oRKwW1WlrFcJqZN7Woh-90" edge="1" parent="1" style="edgeStyle=orthogonalEdgeStyle;rounded=0;orthogonalLoop=1;jettySize=auto;html=1;entryX=0;entryY=0.355;entryDx=0;entryDy=0;entryPerimeter=0;strokeWidth=2;fontSize=14;" value="view_vacation_requests()">
          <mxGeometry relative="1" as="geometry">
            <mxPoint x="1695" y="720.24" as="sourcePoint" />
            <mxPoint x="1990" y="719.9950000000001" as="targetPoint" />
          </mxGeometry>
        </mxCell>
-         <mxCell id="3oRKwW1WlrFcJqZN7Woh-91" edge="1" parent="1" style="edgeStyle=orthogonalEdgeStyle;rounded=0;orthogonalLoop=1;jettySize=auto;html=1;entryX=0;entryY=0.355;entryDx=0;entryDy=0;entryPerimeter=0;strokeWidth=2;">
+         <mxCell id="3oRKwW1WlrFcJqZN7Woh-91" edge="1" parent="1" style="edgeStyle=orthogonalEdgeStyle;rounded=0;orthogonalLoop=1;jettySize=auto;html=1;entryX=0;entryY=0.355;entryDx=0;entryDy=0;entryPerimeter=0;strokeWidth=2;fontSize=14;" value="approve_request(request_id)">
          <mxGeometry relative="1" as="geometry">
            <mxPoint x="1695" y="820.2449999999999" as="sourcePoint" />
            <mxPoint x="1990" y="820" as="targetPoint" />
          </mxGeometry>
        </mxCell>
-         <mxCell id="3oRKwW1WlrFcJqZN7Woh-92" edge="1" parent="1" style="edgeStyle=orthogonalEdgeStyle;rounded=0;orthogonalLoop=1;jettySize=auto;html=1;entryX=0;entryY=0.355;entryDx=0;entryDy=0;entryPerimeter=0;strokeWidth=2;dashed=1;">
+         <mxCell id="3oRKwW1WlrFcJqZN7Woh-92" edge="1" parent="1" style="edgeStyle=orthogonalEdgeStyle;rounded=0;orthogonalLoop=1;jettySize=auto;html=1;entryX=0;entryY=0.355;entryDx=0;entryDy=0;entryPerimeter=0;strokeWidth=2;dashed=1;fontSize=14;" value="ack/nack">
          <mxGeometry relative="1" as="geometry">
            <mxPoint x="1695" y="923.8149999999999" as="sourcePoint" />
            <mxPoint x="1990" y="923.57" as="targetPoint" />
          </mxGeometry>
+         </mxCell>
+         <mxCell id="3oRKwW1WlrFcJqZN7Woh-93" parent="1" style="text;whiteSpace=wrap;fontSize=14;" value="Focus: awaiting response" vertex="1">
+           <mxGeometry height="35" width="139" x="2280.5" y="997.5" as="geometry" />
+         </mxCell>
+         <mxCell id="3oRKwW1WlrFcJqZN7Woh-94" edge="1" parent="1" style="edgeStyle=orthogonalEdgeStyle;rounded=0;orthogonalLoop=1;jettySize=auto;html=1;exitX=0.5;exitY=1;exitDx=0;exitDy=0;endArrow=none;endFill=0;dashed=1;dashPattern=1 4;strokeWidth=4;fontSize=14;">
+           <mxGeometry relative="1" as="geometry">
+             <mxPoint x="2165.0399999999995" y="1040" as="sourcePoint" />
+             <mxPoint x="2164.0399999999995" y="1135" as="targetPoint" />
+           </mxGeometry>
+         </mxCell>
+         <mxCell id="3oRKwW1WlrFcJqZN7Woh-95" parent="1" style="text;whiteSpace=wrap;fontSize=14;" value="Lifespan: how long component needs to be in this case" vertex="1">
+           <mxGeometry height="20" width="184.36" x="2175.64" y="1075" as="geometry" />
+         </mxCell>
+         <mxCell id="3oRKwW1WlrFcJqZN7Woh-96" parent="1" style="rounded=0;whiteSpace=wrap;html=1;fillColor=#f5f5f5;gradientColor=#b3b3b3;strokeColor=#666666;fontSize=14;" value=" " vertex="1">
+           <mxGeometry height="60" width="80" x="1940" y="980" as="geometry" />
+         </mxCell>
+         <mxCell id="3oRKwW1WlrFcJqZN7Woh-97" parent="1" style="text;whiteSpace=wrap;fontSize=14;" value="Components: interacting parts" vertex="1">
+           <mxGeometry height="20" width="180" x="2030" y="997.5" as="geometry" />
+         </mxCell>
+         <mxCell id="3oRKwW1WlrFcJqZN7Woh-98" parent="1" style="rounded=0;whiteSpace=wrap;html=1;fontSize=14;" value="" vertex="1">
+           <mxGeometry height="60" width="20" x="2250" y="980" as="geometry" />
+         </mxCell>
+         <mxCell id="3oRKwW1WlrFcJqZN7Woh-99" edge="1" parent="1" source="3oRKwW1WlrFcJqZN7Woh-100" style="edgeStyle=orthogonalEdgeStyle;rounded=0;orthogonalLoop=1;jettySize=auto;html=1;exitX=0.5;exitY=0.5;exitDx=0;exitDy=0;exitPerimeter=0;fontSize=14;">
+           <mxGeometry relative="1" as="geometry">
+             <mxPoint x="1714" y="1040" as="targetPoint" />
+           </mxGeometry>
+         </mxCell>
+         <mxCell id="3oRKwW1WlrFcJqZN7Woh-100" parent="1" style="shape=umlActor;verticalLabelPosition=bottom;verticalAlign=top;html=1;outlineConnect=0;fontSize=14;" value=" " vertex="1">
+           <mxGeometry height="60" width="30" x="1674" y="980" as="geometry" />
+         </mxCell>
+         <mxCell id="3oRKwW1WlrFcJqZN7Woh-101" edge="1" parent="1" style="endArrow=classic;html=1;rounded=0;strokeWidth=2;fontSize=14;" value="">
+           <mxGeometry height="50" relative="1" width="50" as="geometry">
+             <mxPoint x="1674" y="1060" as="sourcePoint" />
+             <mxPoint x="1754" y="1060.05" as="targetPoint" />
+           </mxGeometry>
+         </mxCell>
+         <mxCell id="3oRKwW1WlrFcJqZN7Woh-102" parent="1" style="text;whiteSpace=wrap;align=center;fontSize=14;" value="..." vertex="1">
+           <mxGeometry height="20" width="140" x="1654" y="1035" as="geometry" />
+         </mxCell>
+         <mxCell id="3oRKwW1WlrFcJqZN7Woh-103" parent="1" style="text;whiteSpace=wrap;fontSize=14;" value="Synchronised action from one component to another" vertex="1">
+           <mxGeometry height="20" width="196" x="1744" y="1000" as="geometry" />
+         </mxCell>
+         <mxCell id="3oRKwW1WlrFcJqZN7Woh-104" edge="1" parent="1" style="endArrow=classic;html=1;rounded=0;dashed=1;strokeWidth=2;fontSize=14;" value="">
+           <mxGeometry height="50" relative="1" width="50" as="geometry">
+             <mxPoint x="1674" y="1098.57" as="sourcePoint" />
+             <mxPoint x="1754" y="1098.57" as="targetPoint" />
+           </mxGeometry>
+         </mxCell>
+         <mxCell id="3oRKwW1WlrFcJqZN7Woh-105" parent="1" style="text;whiteSpace=wrap;fontSize=14;" value="Asynchronous action: can do the action without waiting for the response" vertex="1">
+           <mxGeometry height="20" width="400" x="1764" y="1078.57" as="geometry" />
+         </mxCell>
+         <mxCell id="3oRKwW1WlrFcJqZN7Woh-268" parent="1" style="text;whiteSpace=wrap;fontSize=14;" value="select_role(&quot;employee&quot;)" vertex="1">
+           <mxGeometry height="20" width="140" x="1760" y="230" as="geometry" />
+         </mxCell>
+         <mxCell id="3oRKwW1WlrFcJqZN7Woh-269" parent="1" style="text;whiteSpace=wrap;fontSize=14;" value="create_vacation_request(dates)" vertex="1">
+           <mxGeometry height="25" width="210" x="2130" y="377.5" as="geometry" />
+         </mxCell>
+         <mxCell id="3oRKwW1WlrFcJqZN7Woh-270" parent="1" style="text;whiteSpace=wrap;fontSize=14;" value="open_hr_window()" vertex="1">
+           <mxGeometry height="20" width="120" x="1890" y="635" as="geometry" />
        </mxCell>
      </root>
    </mxGraphModel>
  </diagram>
</mxfile>
